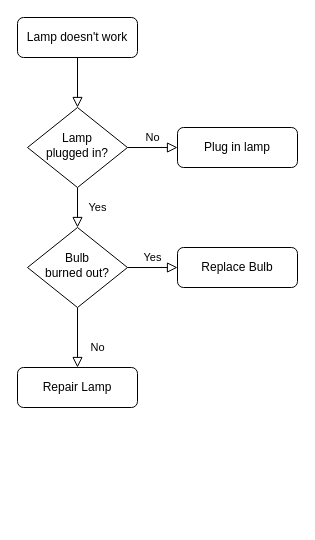
The draw.io diagram Untitled Diagram.drawio in Nan227/100daysPython, before the edit. Source tidied: cells renumbered, new cells numbered last; positions are measured from the earlier drawing's top-left corner, leaving out a move shared by most shapes. Both pictures are drawn from the tidied source at 100%, with x=0, y=0 at pixel (17, 17).
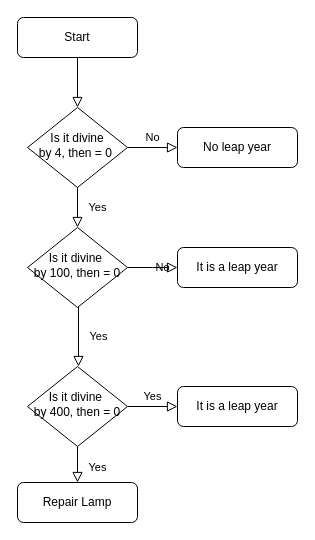
After the change.

Change to the diagram source:
```diff
@@
 <mxGraphModel>
   <root>
     <mxCell id="0" />
     <mxCell id="1" parent="0" />
     <mxCell id="2" style="rounded=0;html=1;jettySize=auto;fontSize=11;endArrow=block;endFill=0;endSize=8;strokeWidth=1;shadow=0;labelBackgroundColor=none;edgeStyle=orthogonalEdgeStyle;" parent="1" edge="1" source="3" target="6">
       <mxGeometry relative="1" as="geometry" />
     </mxCell>
-    <mxCell id="3" value="Lamp doesn't work" style="rounded=1;whiteSpace=wrap;html=1;fontSize=12;glass=0;strokeWidth=1;shadow=0;" parent="1" vertex="1">
+    <mxCell id="3" value="Start" style="rounded=1;whiteSpace=wrap;html=1;fontSize=12;glass=0;strokeWidth=1;shadow=0;" parent="1" vertex="1">
       <mxGeometry width="120" height="40" as="geometry" />
     </mxCell>
     <mxCell id="4" value="Yes" style="rounded=0;html=1;jettySize=auto;fontSize=11;endArrow=block;endFill=0;endSize=8;strokeWidth=1;shadow=0;labelBackgroundColor=none;edgeStyle=orthogonalEdgeStyle;" parent="1" edge="1" source="6" target="10">
       <mxGeometry y="20" relative="1" as="geometry" />
     </mxCell>
     <mxCell id="5" value="No" style="edgeStyle=orthogonalEdgeStyle;rounded=0;html=1;jettySize=auto;fontSize=11;endArrow=block;endFill=0;endSize=8;strokeWidth=1;shadow=0;labelBackgroundColor=none;" parent="1" edge="1" source="6" target="7">
       <mxGeometry y="10" relative="1" as="geometry" />
     </mxCell>
-    <mxCell id="6" value="Lamp&lt;br&gt;plugged in?" style="rhombus;whiteSpace=wrap;html=1;shadow=0;fontFamily=Helvetica;fontSize=12;align=center;strokeWidth=1;spacing=6;spacingTop=-4;" parent="1" vertex="1">
+    <mxCell id="6" value="Is it divine &lt;br&gt;by 4, then = 0&amp;nbsp;" style="rhombus;whiteSpace=wrap;html=1;shadow=0;fontFamily=Helvetica;fontSize=12;align=center;strokeWidth=1;spacing=6;spacingTop=-4;" parent="1" vertex="1">
       <mxGeometry x="10" y="90" width="100" height="80" as="geometry" />
     </mxCell>
-    <mxCell id="7" value="Plug in lamp" style="rounded=1;whiteSpace=wrap;html=1;fontSize=12;glass=0;strokeWidth=1;shadow=0;" parent="1" vertex="1">
+    <mxCell id="7" value="No leap year" style="rounded=1;whiteSpace=wrap;html=1;fontSize=12;glass=0;strokeWidth=1;shadow=0;" parent="1" vertex="1">
       <mxGeometry x="160" y="110" width="120" height="40" as="geometry" />
     </mxCell>
-    <mxCell id="8" value="No" style="rounded=0;html=1;jettySize=auto;fontSize=11;endArrow=block;endFill=0;endSize=8;strokeWidth=1;shadow=0;labelBackgroundColor=none;edgeStyle=orthogonalEdgeStyle;" parent="1" edge="1" source="10" target="11">
+    <mxCell id="8" value="Yes" style="rounded=0;html=1;jettySize=auto;fontSize=11;endArrow=block;endFill=0;endSize=8;strokeWidth=1;shadow=0;labelBackgroundColor=none;edgeStyle=orthogonalEdgeStyle;startArrow=none;" parent="1" edge="1" source="13" target="11">
       <mxGeometry x="0.33" y="20" relative="1" as="geometry" />
     </mxCell>
-    <mxCell id="9" value="Yes" style="edgeStyle=orthogonalEdgeStyle;rounded=0;html=1;jettySize=auto;fontSize=11;endArrow=block;endFill=0;endSize=8;strokeWidth=1;shadow=0;labelBackgroundColor=none;" parent="1" edge="1" source="10" target="12">
-      <mxGeometry y="10" relative="1" as="geometry" />
+    <mxCell id="9" value="No" style="edgeStyle=orthogonalEdgeStyle;rounded=0;html=1;jettySize=auto;fontSize=11;endArrow=block;endFill=0;endSize=8;strokeWidth=1;shadow=0;labelBackgroundColor=none;" parent="1" edge="1" source="10">
+      <mxGeometry y="10" relative="1" as="geometry">
+        <mxPoint x="160" y="250" as="targetPoint" />
+      </mxGeometry>
     </mxCell>
-    <mxCell id="10" value="Bulb&lt;br&gt;burned out?" style="rhombus;whiteSpace=wrap;html=1;shadow=0;fontFamily=Helvetica;fontSize=12;align=center;strokeWidth=1;spacing=6;spacingTop=-4;" parent="1" vertex="1">
+    <mxCell id="10" value="Is it divine&amp;nbsp;&lt;br&gt;by 100, then = 0" style="rhombus;whiteSpace=wrap;html=1;shadow=0;fontFamily=Helvetica;fontSize=12;align=center;strokeWidth=1;spacing=6;spacingTop=-4;" parent="1" vertex="1">
       <mxGeometry x="10" y="210" width="100" height="80" as="geometry" />
     </mxCell>
     <mxCell id="11" value="Repair Lamp" style="rounded=1;whiteSpace=wrap;html=1;fontSize=12;glass=0;strokeWidth=1;shadow=0;" parent="1" vertex="1">
-      <mxGeometry y="350" width="120" height="40" as="geometry" />
+      <mxGeometry y="465" width="120" height="40" as="geometry" />
     </mxCell>
-    <mxCell id="12" value="Replace Bulb" style="rounded=1;whiteSpace=wrap;html=1;fontSize=12;glass=0;strokeWidth=1;shadow=0;" parent="1" vertex="1">
+    <mxCell id="12" value="It is a leap year" style="rounded=1;whiteSpace=wrap;html=1;fontSize=12;glass=0;strokeWidth=1;shadow=0;" parent="1" vertex="1">
       <mxGeometry x="160" y="230" width="120" height="40" as="geometry" />
     </mxCell>
+    <mxCell id="13" value="Is it divine&amp;nbsp;&lt;br&gt;by 400, then = 0" style="rhombus;whiteSpace=wrap;html=1;shadow=0;fontFamily=Helvetica;fontSize=12;align=center;strokeWidth=1;spacing=6;spacingTop=-4;" parent="1" vertex="1">
+      <mxGeometry x="10" y="349" width="100" height="80" as="geometry" />
+    </mxCell>
+    <mxCell id="14" value="Yes" style="rounded=0;html=1;jettySize=auto;orthogonalLoop=1;fontSize=11;endArrow=block;endFill=0;endSize=8;strokeWidth=1;shadow=0;labelBackgroundColor=none;edgeStyle=orthogonalEdgeStyle;" parent="1" edge="1">
+      <mxGeometry y="20" relative="1" as="geometry">
+        <mxPoint x="61" y="289" as="sourcePoint" />
+        <mxPoint x="61" y="349" as="targetPoint" />
+      </mxGeometry>
+    </mxCell>
+    <mxCell id="15" value="It is a leap year" style="rounded=1;whiteSpace=wrap;html=1;fontSize=12;glass=0;strokeWidth=1;shadow=0;" parent="1" vertex="1">
+      <mxGeometry x="160" y="369" width="120" height="40" as="geometry" />
+    </mxCell>
+    <mxCell id="16" value="Yes" style="edgeStyle=orthogonalEdgeStyle;rounded=0;html=1;jettySize=auto;orthogonalLoop=1;fontSize=11;endArrow=block;endFill=0;endSize=8;strokeWidth=1;shadow=0;labelBackgroundColor=none;" parent="1" edge="1">
+      <mxGeometry y="10" relative="1" as="geometry">
+        <mxPoint x="110" y="389" as="sourcePoint" />
+        <mxPoint x="160" y="389" as="targetPoint" />
+      </mxGeometry>
+    </mxCell>
   </root>
 </mxGraphModel>
```
